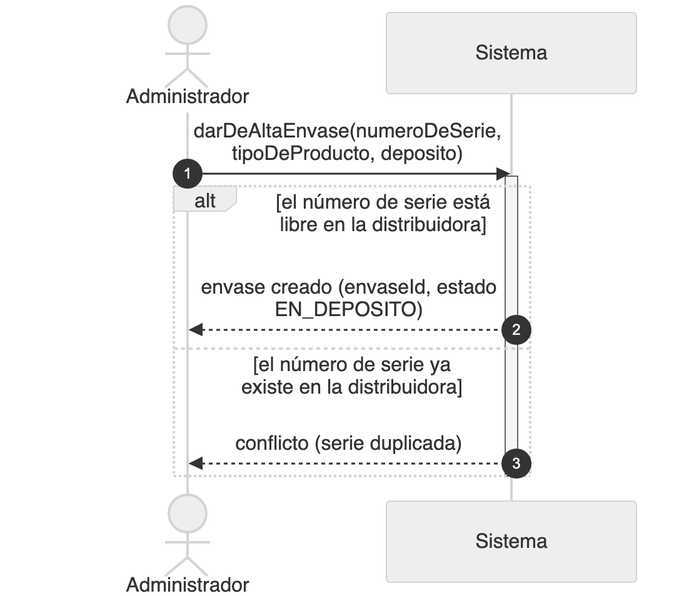
Nahuelito-Dev/splg-docs keeps this Mermaid diagram as diagramas/png/DSS_CU-067_Dar-De-Alta-Un-Envase-Fisico.png. Above is the earlier version. Its source is kept beside it as diagramas/DSS_CU-067_Dar-De-Alta-Un-Envase-Fisico.mmd. The source it was exported from:
```mermaid
sequenceDiagram
    title DSS — CU-067 Dar De Alta Un Envase Fisico
    autonumber
    actor ADM as Administrador
    participant SIS as Sistema

    ADM->>SIS: darDeAltaEnvase(numeroDeSerie, tipoDeProducto, deposito)
    activate SIS
    alt el número de serie está libre en la distribuidora
        SIS-->>ADM: envase creado (envaseId, estado EN_DEPOSITO)
    else el número de serie ya existe en la distribuidora
        SIS-->>ADM: conflicto (serie duplicada)
    end
    deactivate SIS
```
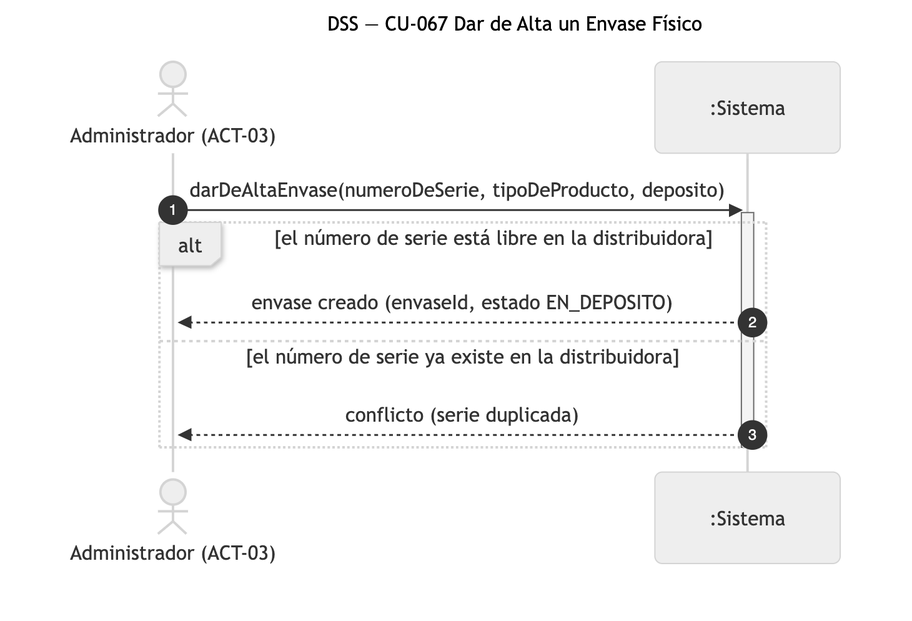
The same diagram one commit later.

Diff of the diagram source:
```diff
@@ -1,8 +1,8 @@
 sequenceDiagram
-    title DSS — CU-067 Dar De Alta Un Envase Fisico
+    title DSS — CU-067 Dar de Alta un Envase Físico
     autonumber
-    actor ADM as Administrador
-    participant SIS as Sistema
+    actor ADM as Administrador (ACT-03)
+    participant SIS as :Sistema
 
     ADM->>SIS: darDeAltaEnvase(numeroDeSerie, tipoDeProducto, deposito)
     activate SIS
```
